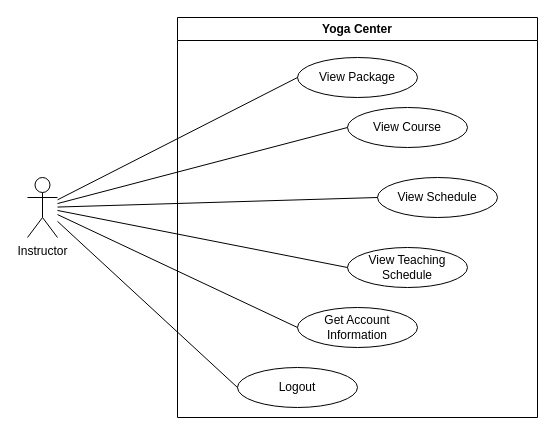
This is page "Page-5" (5 of 5) of Untitled Diagram.drawio from minhng-178/web-starter-projects, a draw.io file, before an edit. Source tidied: cells renumbered, new cells numbered last; positions are measured from the earlier drawing's top-left corner, leaving out a move shared by most shapes. Both pictures are drawn from the tidied source at 100%, with x=0, y=0 at pixel (27, 17).
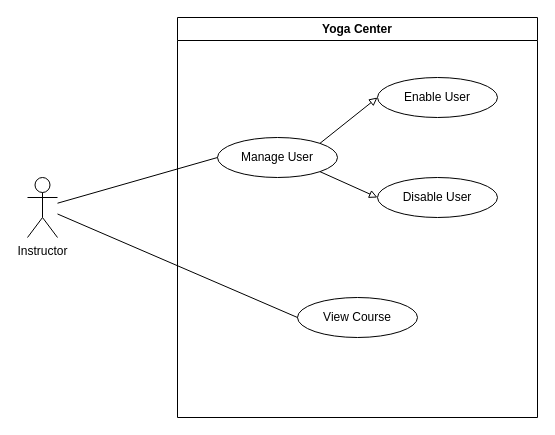
Above is the later version.

Diff of the diagram source:
```diff
@@
 <mxGraphModel>
   <root>
     <mxCell id="0" />
     <mxCell id="1" parent="0" />
     <mxCell id="2" value="Instructor" style="shape=umlActor;verticalLabelPosition=bottom;verticalAlign=top;html=1;outlineConnect=0;" parent="1" vertex="1">
       <mxGeometry y="160" width="30" height="60" as="geometry" />
     </mxCell>
     <mxCell id="3" value="Yoga Center" style="swimlane;whiteSpace=wrap;html=1;" parent="1" vertex="1">
       <mxGeometry x="150" width="360" height="400" as="geometry" />
     </mxCell>
-    <mxCell id="4" value="View Package" style="ellipse;whiteSpace=wrap;html=1;" parent="3" vertex="1">
-      <mxGeometry x="120" y="40" width="120" height="40" as="geometry" />
+    <mxCell id="4" value="Manage User" style="ellipse;whiteSpace=wrap;html=1;" parent="3" vertex="1">
+      <mxGeometry x="40" y="120" width="120" height="40" as="geometry" />
     </mxCell>
     <mxCell id="5" value="View Course" style="ellipse;whiteSpace=wrap;html=1;" parent="3" vertex="1">
-      <mxGeometry x="170" y="90" width="120" height="40" as="geometry" />
+      <mxGeometry x="120" y="280" width="120" height="40" as="geometry" />
     </mxCell>
-    <mxCell id="6" value="View Schedule" style="ellipse;whiteSpace=wrap;html=1;" parent="3" vertex="1">
-      <mxGeometry x="200" y="160" width="120" height="40" as="geometry" />
-    </mxCell>
-    <mxCell id="7" value="Logout" style="ellipse;whiteSpace=wrap;html=1;" parent="3" vertex="1">
-      <mxGeometry x="60" y="350" width="120" height="40" as="geometry" />
-    </mxCell>
-    <mxCell id="8" value="Get Account Information" style="ellipse;whiteSpace=wrap;html=1;" parent="3" vertex="1">
-      <mxGeometry x="120" y="290" width="120" height="40" as="geometry" />
-    </mxCell>
-    <mxCell id="9" value="View Teaching&lt;br&gt;Schedule" style="ellipse;whiteSpace=wrap;html=1;" parent="3" vertex="1">
-      <mxGeometry x="170" y="230" width="120" height="40" as="geometry" />
-    </mxCell>
+    <mxCell id="16" value="Enable User" style="ellipse;whiteSpace=wrap;html=1;" parent="3" vertex="1">
+      <mxGeometry x="200" y="60" width="120" height="40" as="geometry" />
+    </mxCell>
+    <mxCell id="17" style="endArrow=block;html=1;rounded=0;exitX=1;exitY=0;exitDx=0;exitDy=0;endFill=0;entryX=0;entryY=0.5;entryDx=0;entryDy=0;" parent="3" edge="1" source="4" target="16">
+      <mxGeometry relative="1" as="geometry" />
+    </mxCell>
+    <mxCell id="18" value="Disable User" style="ellipse;whiteSpace=wrap;html=1;" parent="3" vertex="1">
+      <mxGeometry x="200" y="160" width="120" height="40" as="geometry" />
+    </mxCell>
+    <mxCell id="19" style="endArrow=block;html=1;rounded=0;exitX=1;exitY=1;exitDx=0;exitDy=0;endFill=0;entryX=0;entryY=0.5;entryDx=0;entryDy=0;" parent="3" edge="1" source="4" target="18">
+      <mxGeometry relative="1" as="geometry" />
+    </mxCell>
     <mxCell id="10" style="endArrow=none;html=1;rounded=0;entryX=0;entryY=0.5;entryDx=0;entryDy=0;" parent="1" edge="1" source="2" target="4">
       <mxGeometry relative="1" as="geometry" />
     </mxCell>
     <mxCell id="11" style="endArrow=none;html=1;rounded=0;entryX=0;entryY=0.5;entryDx=0;entryDy=0;" parent="1" edge="1" source="2" target="5">
       <mxGeometry relative="1" as="geometry" />
     </mxCell>
-    <mxCell id="12" style="endArrow=none;html=1;rounded=0;entryX=0;entryY=0.5;entryDx=0;entryDy=0;" parent="1" edge="1" source="2" target="6">
-      <mxGeometry relative="1" as="geometry" />
-    </mxCell>
-    <mxCell id="13" style="endArrow=none;html=1;rounded=0;entryX=0;entryY=0.5;entryDx=0;entryDy=0;" parent="1" edge="1" source="2" target="9">
-      <mxGeometry relative="1" as="geometry" />
-    </mxCell>
-    <mxCell id="14" style="endArrow=none;html=1;rounded=0;entryX=0;entryY=0.5;entryDx=0;entryDy=0;" parent="1" edge="1" source="2" target="8">
-      <mxGeometry relative="1" as="geometry" />
-    </mxCell>
-    <mxCell id="15" style="endArrow=none;html=1;rounded=0;entryX=0;entryY=0.5;entryDx=0;entryDy=0;" parent="1" edge="1" source="2" target="7">
-      <mxGeometry relative="1" as="geometry" />
-    </mxCell>
   </root>
 </mxGraphModel>
```
